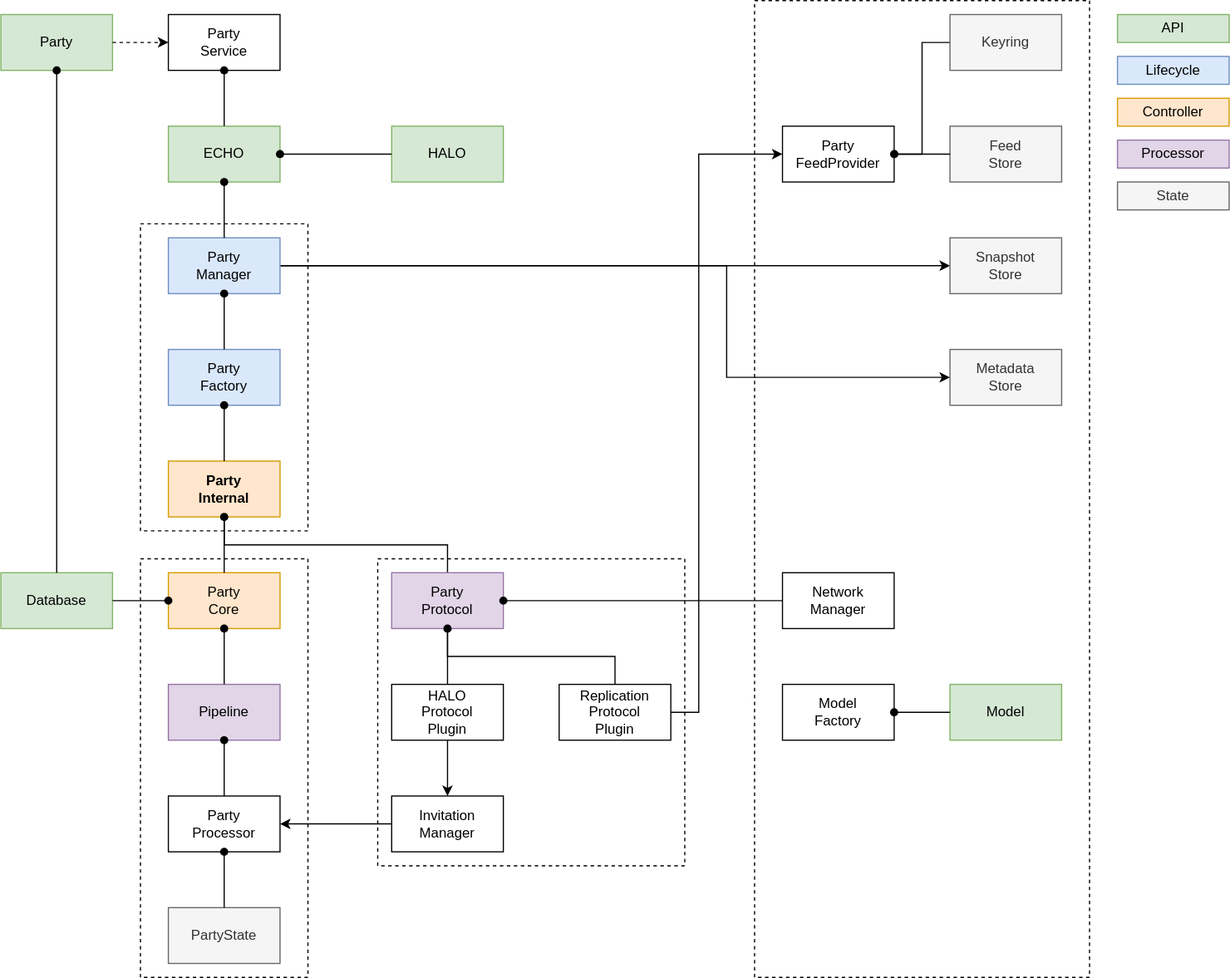
Before: docs/design/diagrams/echo-db.drawio.svg, a diagram exported from draw.io (dxos/dxos). Source tidied: cells renumbered, new cells last; positions are measured from the earlier drawing's top-left corner, leaving out a move shared by most shapes.
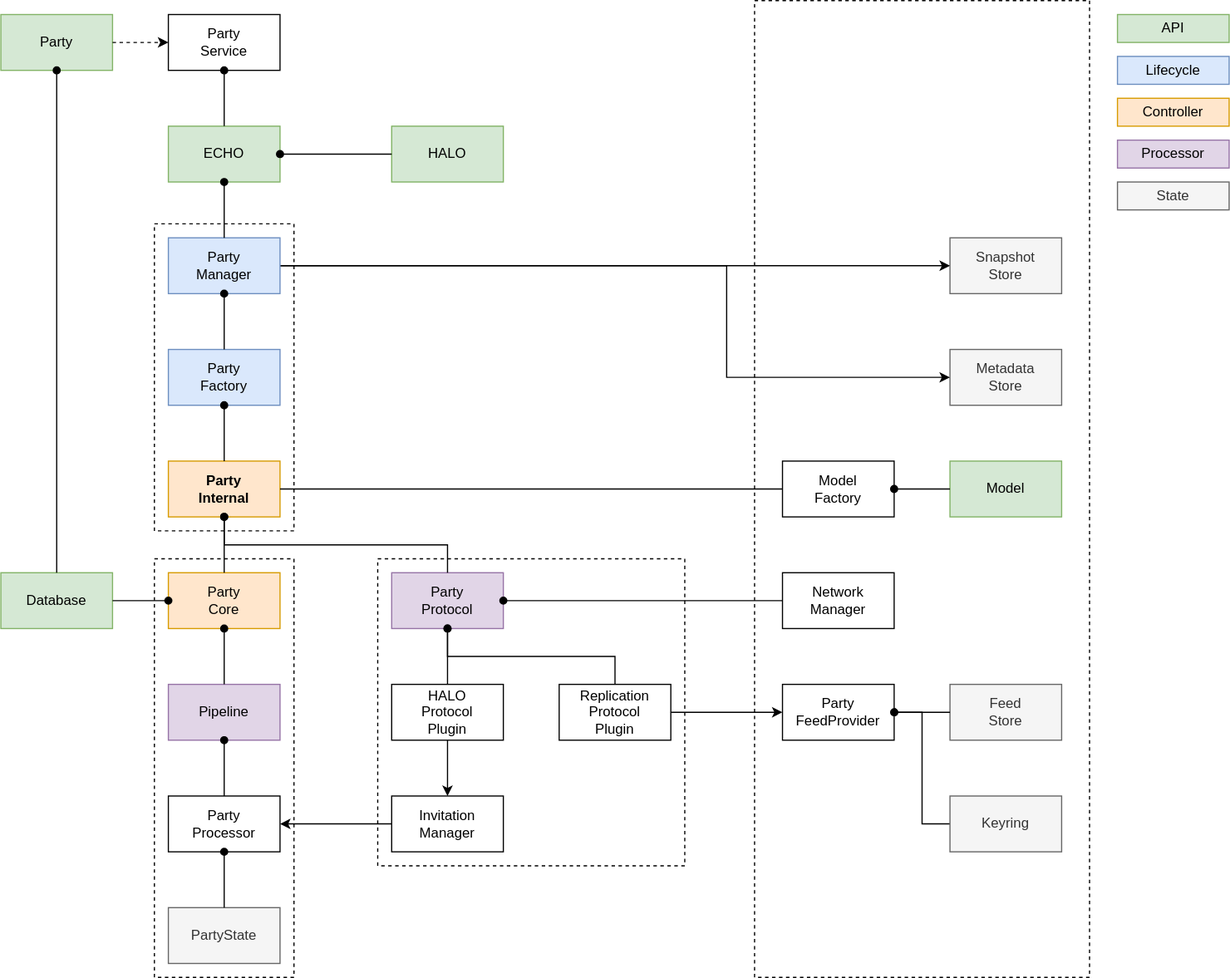
After the commit.

Diff of the diagram source:
```diff
@@ -2,11 +2,14 @@
   <root>
     <mxCell id="0" />
     <mxCell id="1" parent="0" />
+    <mxCell id="49" style="rounded=0;whiteSpace=wrap;html=1;dashed=1;fillColor=none;" parent="1" vertex="1">
+      <mxGeometry x="648" width="288" height="840" as="geometry" />
+    </mxCell>
     <mxCell id="2" style="rounded=0;whiteSpace=wrap;html=1;dashed=1;fillColor=none;" parent="1" vertex="1">
-      <mxGeometry x="120" y="192" width="144" height="264" as="geometry" />
+      <mxGeometry x="132" y="192" width="120" height="264" as="geometry" />
     </mxCell>
     <mxCell id="3" style="rounded=0;whiteSpace=wrap;html=1;dashed=1;fillColor=none;" parent="1" vertex="1">
-      <mxGeometry x="120" y="480" width="144" height="360" as="geometry" />
+      <mxGeometry x="132" y="480" width="120" height="360" as="geometry" />
     </mxCell>
     <mxCell id="4" style="rounded=0;whiteSpace=wrap;html=1;dashed=1;fillColor=none;" parent="1" vertex="1">
       <mxGeometry x="324" y="480" width="264" height="264" as="geometry" />
@@ -27,7 +30,7 @@
       <mxGeometry relative="1" as="geometry" />
     </mxCell>
     <mxCell id="10" value="Party&lt;br&gt;FeedProvider" style="rounded=0;whiteSpace=wrap;html=1;" parent="1" vertex="1">
-      <mxGeometry x="672" y="108" width="96" height="48" as="geometry" />
+      <mxGeometry x="672" y="588" width="96" height="48" as="geometry" />
     </mxCell>
     <mxCell id="11" value="Pipeline" style="rounded=0;whiteSpace=wrap;html=1;fillColor=#e1d5e7;strokeColor=#9673a6;" parent="1" vertex="1">
       <mxGeometry x="144" y="588" width="96" height="48" as="geometry" />
@@ -38,9 +41,6 @@
     <mxCell id="13" value="Party&lt;br&gt;Factory&lt;br&gt;" style="rounded=0;whiteSpace=wrap;html=1;fillColor=#dae8fc;strokeColor=#6c8ebf;" parent="1" vertex="1">
       <mxGeometry x="144" y="300" width="96" height="48" as="geometry" />
     </mxCell>
-    <mxCell id="14" style="edgeStyle=orthogonalEdgeStyle;rounded=0;jettySize=auto;html=1;exitX=0.5;exitY=1;exitDx=0;exitDy=0;entryX=0.5;entryY=0;entryDx=0;entryDy=0;startArrow=oval;startFill=1;endArrow=none;endFill=0;" parent="1" edge="1" source="15" target="21">
-      <mxGeometry relative="1" as="geometry" />
-    </mxCell>
     <mxCell id="15" value="Party&lt;br&gt;Internal" style="rounded=0;whiteSpace=wrap;html=1;fontStyle=1;fillColor=#ffe6cc;strokeColor=#d79b00;" parent="1" vertex="1">
       <mxGeometry x="144" y="396" width="96" height="48" as="geometry" />
     </mxCell>
@@ -56,20 +56,11 @@
     <mxCell id="19" style="edgeStyle=orthogonalEdgeStyle;rounded=0;jettySize=auto;html=1;entryX=0;entryY=0.5;entryDx=0;entryDy=0;startArrow=none;startFill=0;endArrow=classic;endFill=1;exitX=1;exitY=0.5;exitDx=0;exitDy=0;" parent="1" edge="1" source="52" target="10">
       <mxGeometry relative="1" as="geometry">
         <Array as="points">
-          <mxPoint x="600" y="612" />
-          <mxPoint x="600" y="132" />
+          <mxPoint x="672" y="612" />
+          <mxPoint x="672" y="612" />
         </Array>
       </mxGeometry>
     </mxCell>
-    <mxCell id="20" style="edgeStyle=orthogonalEdgeStyle;rounded=0;jettySize=auto;html=1;startArrow=oval;startFill=1;endArrow=none;endFill=0;" parent="1" edge="1" target="52">
-      <mxGeometry relative="1" as="geometry">
-        <mxPoint x="384" y="540" as="sourcePoint" />
-        <Array as="points">
-          <mxPoint x="384" y="564" />
-          <mxPoint x="528" y="564" />
-        </Array>
-      </mxGeometry>
-    </mxCell>
     <mxCell id="21" value="Party&lt;br&gt;Protocol" style="rounded=0;whiteSpace=wrap;html=1;fillColor=#e1d5e7;strokeColor=#9673a6;" parent="1" vertex="1">
       <mxGeometry x="336" y="492" width="96" height="48" as="geometry" />
     </mxCell>
@@ -80,10 +71,10 @@
       <mxGeometry x="816" y="300" width="96" height="48" as="geometry" />
     </mxCell>
     <mxCell id="24" value="Keyring" style="rounded=0;whiteSpace=wrap;html=1;fillColor=#f5f5f5;fontColor=#333333;strokeColor=#666666;" parent="1" vertex="1">
-      <mxGeometry x="816" y="12" width="96" height="48" as="geometry" />
+      <mxGeometry x="816" y="684" width="96" height="48" as="geometry" />
     </mxCell>
     <mxCell id="25" value="Feed&lt;br&gt;Store" style="rounded=0;whiteSpace=wrap;html=1;fillColor=#f5f5f5;fontColor=#333333;strokeColor=#666666;" parent="1" vertex="1">
-      <mxGeometry x="816" y="108" width="96" height="48" as="geometry" />
+      <mxGeometry x="816" y="588" width="96" height="48" as="geometry" />
     </mxCell>
     <mxCell id="26" style="edgeStyle=orthogonalEdgeStyle;rounded=0;jettySize=auto;html=1;exitX=0.5;exitY=1;exitDx=0;exitDy=0;startArrow=oval;startFill=1;endArrow=none;endFill=0;" parent="1" edge="1" source="11" target="8">
       <mxGeometry relative="1" as="geometry" />
@@ -95,7 +86,7 @@
       <mxGeometry relative="1" as="geometry" />
     </mxCell>
     <mxCell id="29" value="Model&lt;br&gt;Factory" style="rounded=0;whiteSpace=wrap;html=1;" parent="1" vertex="1">
-      <mxGeometry x="672" y="588" width="96" height="48" as="geometry" />
+      <mxGeometry x="672" y="396" width="96" height="48" as="geometry" />
     </mxCell>
     <mxCell id="30" value="PartyState" style="rounded=0;whiteSpace=wrap;html=1;fillColor=#f5f5f5;fontColor=#333333;strokeColor=#666666;" parent="1" vertex="1">
       <mxGeometry x="144" y="780" width="96" height="48" as="geometry" />
@@ -116,7 +107,7 @@
       <mxGeometry x="960" y="156" width="96" height="24" as="geometry" />
     </mxCell>
     <mxCell id="36" value="Model" style="rounded=0;whiteSpace=wrap;html=1;fillColor=#d5e8d4;strokeColor=#82b366;" parent="1" vertex="1">
-      <mxGeometry x="816" y="588" width="96" height="48" as="geometry" />
+      <mxGeometry x="816" y="396" width="96" height="48" as="geometry" />
     </mxCell>
     <mxCell id="37" style="edgeStyle=orthogonalEdgeStyle;rounded=0;jettySize=auto;html=1;exitX=1;exitY=0.5;exitDx=0;exitDy=0;startArrow=oval;startFill=1;endArrow=none;endFill=0;" parent="1" edge="1" source="29" target="36">
       <mxGeometry relative="1" as="geometry" />
@@ -127,7 +118,7 @@
     <mxCell id="39" style="edgeStyle=orthogonalEdgeStyle;rounded=0;jettySize=auto;html=1;exitX=1;exitY=0.5;exitDx=0;exitDy=0;startArrow=none;startFill=0;endArrow=classic;endFill=1;" parent="1" edge="1" source="41" target="7">
       <mxGeometry relative="1" as="geometry" />
     </mxCell>
-    <mxCell id="40" style="edgeStyle=orthogonalEdgeStyle;rounded=0;jettySize=auto;html=1;exitX=1;exitY=0.5;exitDx=0;exitDy=0;entryX=0;entryY=0.5;entryDx=0;entryDy=0;startArrow=none;startFill=0;endArrow=classic;endFill=1;" parent="1" edge="1" source="41" target="23">
+    <mxCell id="40" style="edgeStyle=orthogonalEdgeStyle;rounded=0;jettySize=auto;html=1;exitX=1;exitY=0.5;exitDx=0;exitDy=0;startArrow=none;startFill=0;endArrow=classic;endFill=1;" parent="1" edge="1" source="41" target="23">
       <mxGeometry relative="1" as="geometry">
         <Array as="points">
           <mxPoint x="624" y="228" />
@@ -159,9 +150,6 @@
     <mxCell id="48" value="Controller" style="rounded=0;whiteSpace=wrap;html=1;fillColor=#ffe6cc;strokeColor=#d79b00;" parent="1" vertex="1">
       <mxGeometry x="960" y="84" width="96" height="24" as="geometry" />
     </mxCell>
-    <mxCell id="49" style="rounded=0;whiteSpace=wrap;html=1;dashed=1;fillColor=none;" parent="1" vertex="1">
-      <mxGeometry x="648" width="288" height="840" as="geometry" />
-    </mxCell>
     <mxCell id="50" style="edgeStyle=orthogonalEdgeStyle;rounded=0;jettySize=auto;html=1;exitX=0.5;exitY=1;exitDx=0;exitDy=0;startArrow=none;startFill=0;endArrow=classic;endFill=1;" parent="1" edge="1" source="51" target="18">
       <mxGeometry relative="1" as="geometry" />
     </mxCell>
@@ -189,5 +177,20 @@
     <mxCell id="58" style="edgeStyle=orthogonalEdgeStyle;rounded=0;jettySize=auto;html=1;exitX=1;exitY=0.5;exitDx=0;exitDy=0;startArrow=oval;startFill=1;endArrow=none;endFill=0;" parent="1" edge="1" source="42" target="57">
       <mxGeometry relative="1" as="geometry" />
     </mxCell>
+    <mxCell id="14" style="edgeStyle=orthogonalEdgeStyle;rounded=0;jettySize=auto;html=1;exitX=0.5;exitY=1;exitDx=0;exitDy=0;entryX=0.5;entryY=0;entryDx=0;entryDy=0;startArrow=oval;startFill=1;endArrow=none;endFill=0;" parent="1" edge="1" source="15" target="21">
+      <mxGeometry relative="1" as="geometry" />
+    </mxCell>
+    <mxCell id="20" style="edgeStyle=orthogonalEdgeStyle;rounded=0;jettySize=auto;html=1;startArrow=oval;startFill=1;endArrow=none;endFill=0;" parent="1" edge="1" target="52">
+      <mxGeometry relative="1" as="geometry">
+        <mxPoint x="384" y="540" as="sourcePoint" />
+        <Array as="points">
+          <mxPoint x="384" y="564" />
+          <mxPoint x="528" y="564" />
+        </Array>
+      </mxGeometry>
+    </mxCell>
+    <mxCell id="59" style="edgeStyle=none;html=1;entryX=0;entryY=0.5;entryDx=0;entryDy=0;endArrow=none;endFill=0;startArrow=none;startFill=0;" parent="1" edge="1" source="15" target="29">
+      <mxGeometry relative="1" as="geometry" />
+    </mxCell>
   </root>
 </mxGraphModel>
```
